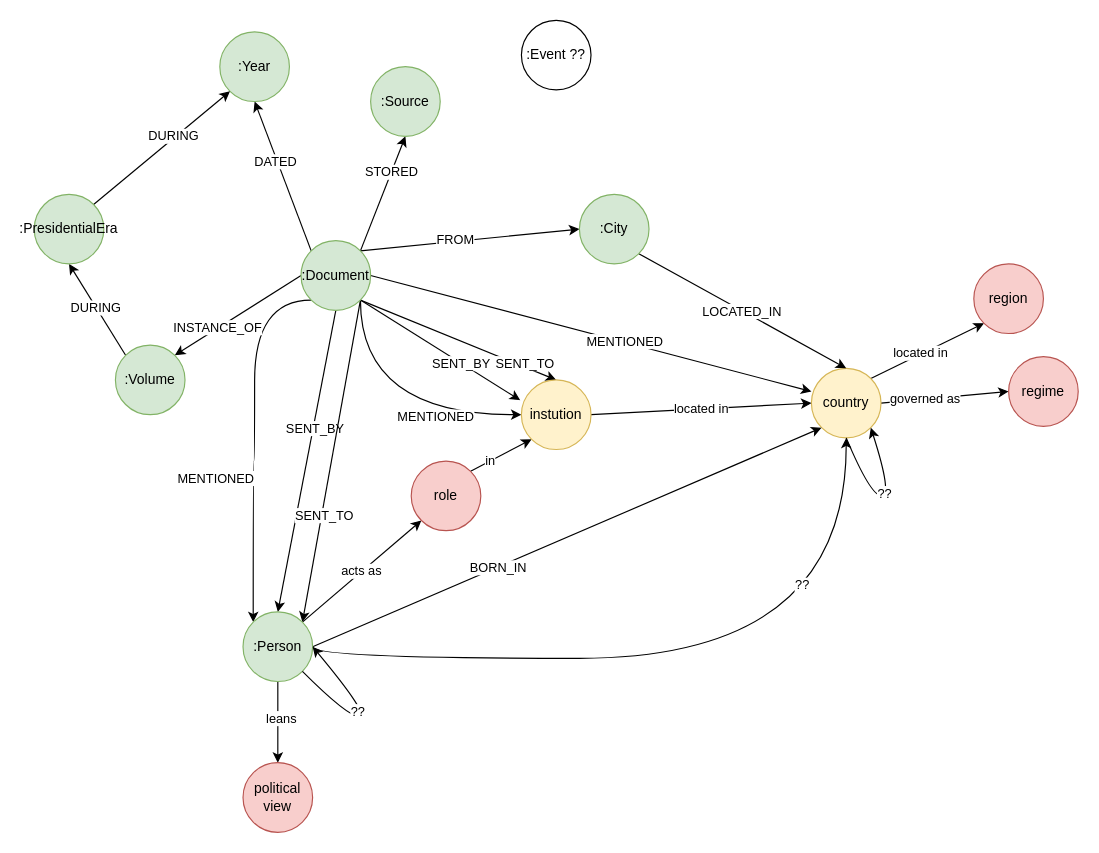
The draw.io diagram frus_kg-2.drawio in gozsoy/decipher-frus, before the edit. Source tidied: cells renumbered, new cells numbered last; positions are measured from the earlier drawing's top-left corner, leaving out a move shared by most shapes. Both pictures are drawn from the tidied source at 116%, with x=0, y=0 at pixel (34, 20).
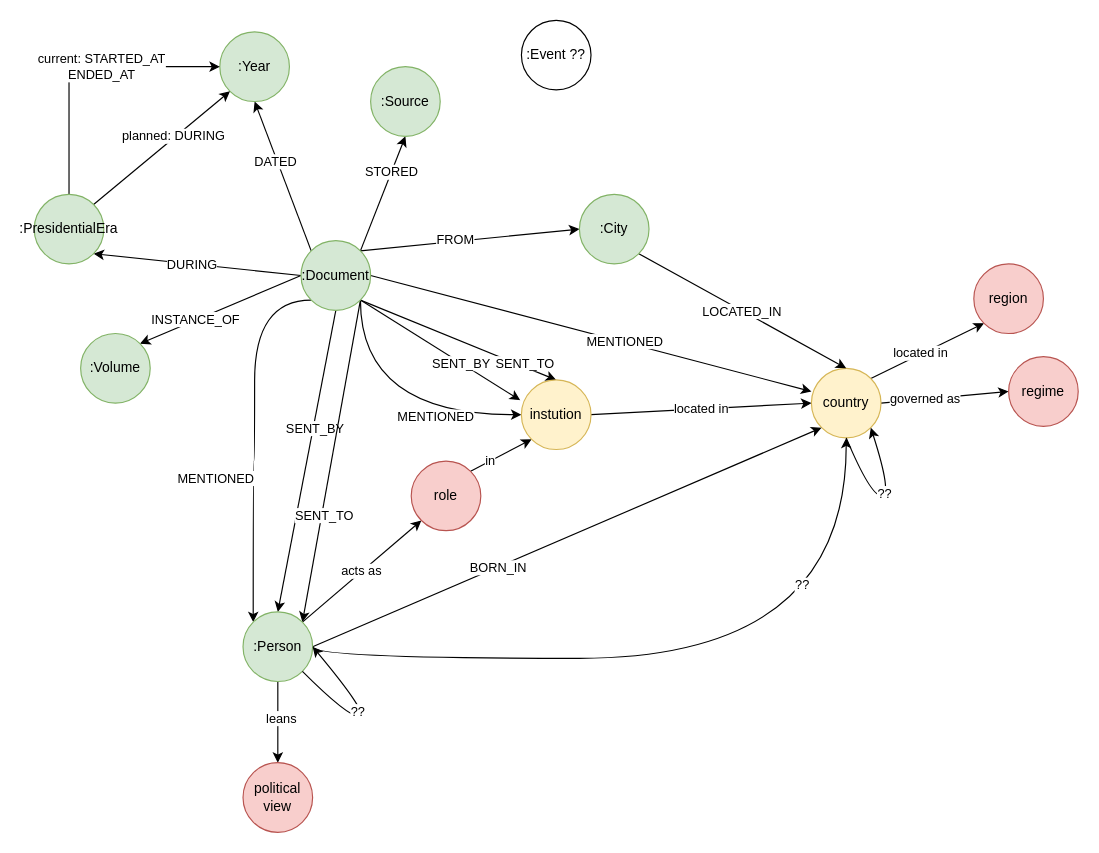
Above is the later version.

Unchanged cells that the change refers to:
```xml
<mxCell id="26" value=":Document" style="ellipse;whiteSpace=wrap;html=1;fillColor=#d5e8d4;strokeColor=#82b366;" parent="1" vertex="1">
  <mxGeometry x="230" y="190" width="60" height="60" as="geometry" />
</mxCell>
<mxCell id="40" value=":Year" style="ellipse;whiteSpace=wrap;html=1;fillColor=#d5e8d4;strokeColor=#82b366;" parent="1" vertex="1">
  <mxGeometry x="160" y="10" width="60" height="60" as="geometry" />
</mxCell>
<mxCell id="52" style="rounded=0;jettySize=auto;html=1;exitX=1;exitY=0;exitDx=0;exitDy=0;entryX=0;entryY=1;entryDx=0;entryDy=0;" parent="1" edge="1" source="54" target="40">
  <mxGeometry relative="1" as="geometry" />
</mxCell>
<mxCell id="54" value=":PresidentialEra" style="ellipse;whiteSpace=wrap;html=1;fillColor=#d5e8d4;strokeColor=#82b366;" parent="1" vertex="1">
  <mxGeometry y="150" width="60" height="60" as="geometry" />
</mxCell>
```

Diff of the diagram source:
```diff
@@
-    <mxCell id="18" style="edgeStyle=none;rounded=0;jettySize=auto;html=1;exitX=0;exitY=0;exitDx=0;exitDy=0;entryX=0.5;entryY=1;entryDx=0;entryDy=0;" parent="1" edge="1" source="60" target="54">
+    <mxCell id="18" style="edgeStyle=none;rounded=0;jettySize=auto;html=1;exitX=0;exitY=0.5;exitDx=0;exitDy=0;entryX=1;entryY=1;entryDx=0;entryDy=0;" parent="1" edge="1" source="26" target="54">
       <mxGeometry relative="1" as="geometry" />
     </mxCell>
@@
-    <mxCell id="53" value="DURING" style="edgeLabel;html=1;align=center;verticalAlign=middle;" parent="52" vertex="1">
+    <mxCell id="53" value="planned: DURING" style="edgeLabel;html=1;align=center;verticalAlign=middle;" parent="52" vertex="1">
       <mxGeometry x="0.18" y="2" relative="1" as="geometry" />
     </mxCell>
+    <mxCell id="61" style="edgeStyle=orthogonalEdgeStyle;rounded=0;jettySize=auto;html=1;exitX=0.5;exitY=0;exitDx=0;exitDy=0;entryX=0;entryY=0.5;entryDx=0;entryDy=0;" parent="1" edge="1" source="54" target="40">
+      <mxGeometry relative="1" as="geometry" />
+    </mxCell>
+    <mxCell id="62" value="current: STARTED_AT&lt;br&gt;ENDED_AT" style="edgeLabel;html=1;align=center;verticalAlign=middle;" parent="61" vertex="1">
+      <mxGeometry x="0.14" y="2" relative="1" as="geometry">
+        <mxPoint y="1" as="offset" />
+      </mxGeometry>
+    </mxCell>
@@
     <mxCell id="60" value=":Volume" style="ellipse;whiteSpace=wrap;html=1;fillColor=#d5e8d4;strokeColor=#82b366;" parent="1" vertex="1">
-      <mxGeometry x="70" y="280" width="60" height="60" as="geometry" />
+      <mxGeometry x="40" y="270" width="60" height="60" as="geometry" />
     </mxCell>
```
